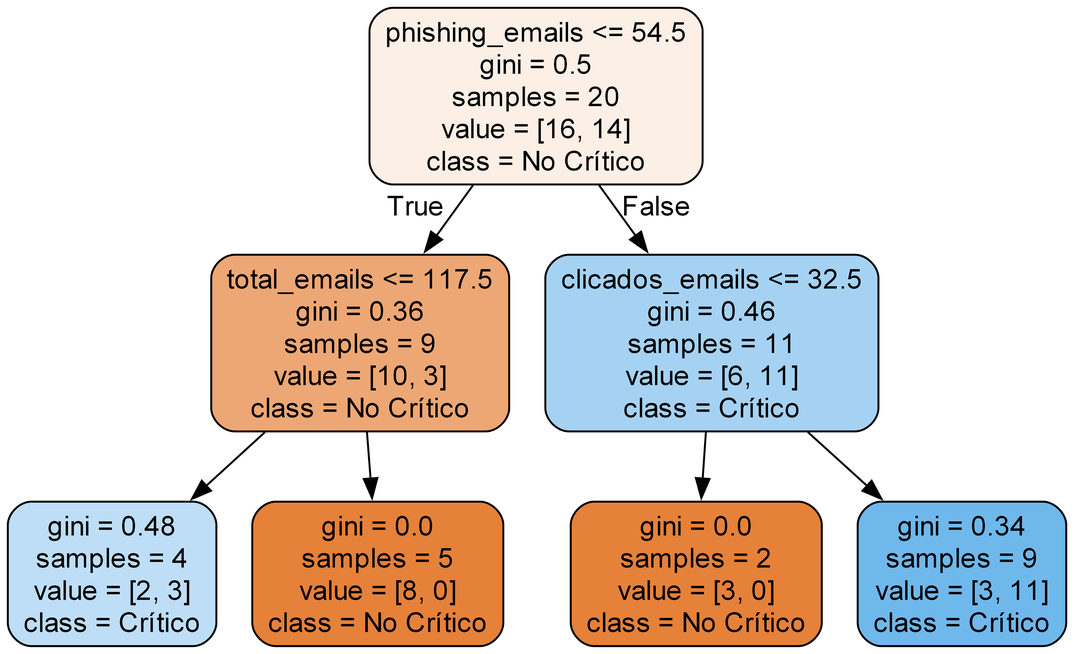
adrianAntonP/practica2-SI keeps this Graphviz diagram as tree_0.png. Above is the earlier version. Its source is kept beside it as tree_0.dot.
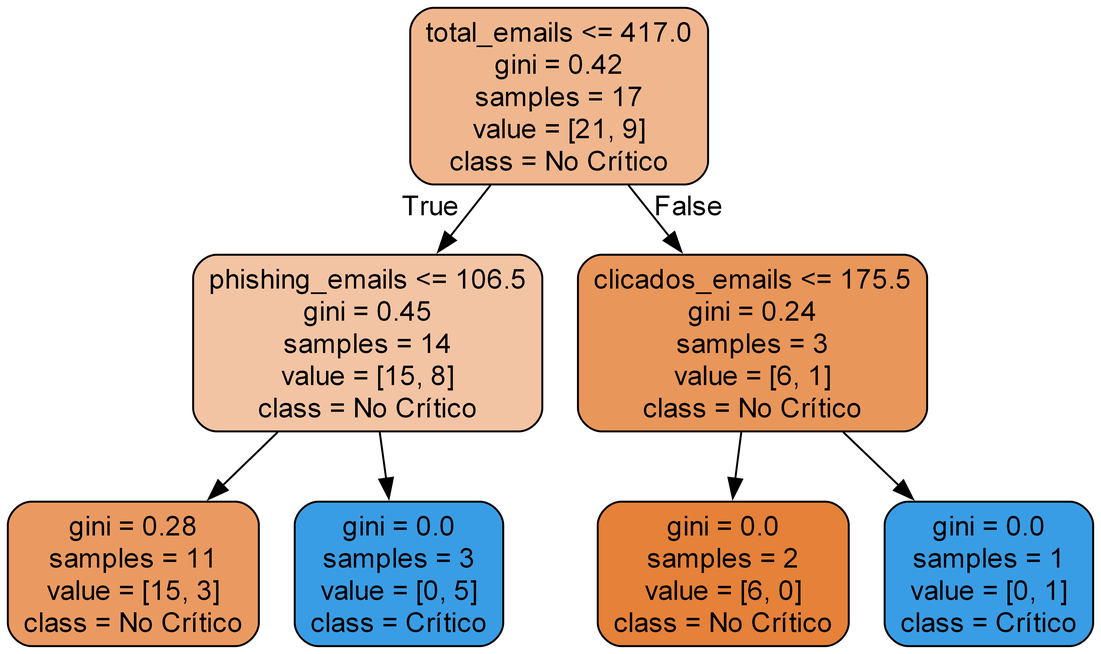
The same diagram one commit later.

Diff of the diagram source:
```diff
@@ -1,17 +1,17 @@
 digraph Tree {
 node [shape=box, style="filled, rounded", color="black", fontname="helvetica"] ;
 edge [fontname="helvetica"] ;
-0 [label="phishing_emails <= 54.5\ngini = 0.5\nsamples = 20\nvalue = [16, 14]\nclass = No Crítico", fillcolor="#fcefe6"] ;
-1 [label="total_emails <= 117.5\ngini = 0.36\nsamples = 9\nvalue = [10, 3]\nclass = No Crítico", fillcolor="#eda774"] ;
+0 [label="total_emails <= 417.0\ngini = 0.42\nsamples = 17\nvalue = [21, 9]\nclass = No Crítico", fillcolor="#f0b78e"] ;
+1 [label="phishing_emails <= 106.5\ngini = 0.45\nsamples = 14\nvalue = [15, 8]\nclass = No Crítico", fillcolor="#f3c4a3"] ;
 0 -> 1 [labeldistance=2.5, labelangle=45, headlabel="True"] ;
-2 [label="gini = 0.48\nsamples = 4\nvalue = [2, 3]\nclass = Crítico", fillcolor="#bddef6"] ;
+2 [label="gini = 0.28\nsamples = 11\nvalue = [15, 3]\nclass = No Crítico", fillcolor="#ea9a61"] ;
 1 -> 2 ;
-3 [label="gini = 0.0\nsamples = 5\nvalue = [8, 0]\nclass = No Crítico", fillcolor="#e58139"] ;
+3 [label="gini = 0.0\nsamples = 3\nvalue = [0, 5]\nclass = Crítico", fillcolor="#399de5"] ;
 1 -> 3 ;
-4 [label="clicados_emails <= 32.5\ngini = 0.46\nsamples = 11\nvalue = [6, 11]\nclass = Crítico", fillcolor="#a5d2f3"] ;
+4 [label="clicados_emails <= 175.5\ngini = 0.24\nsamples = 3\nvalue = [6, 1]\nclass = No Crítico", fillcolor="#e9965a"] ;
 0 -> 4 [labeldistance=2.5, labelangle=-45, headlabel="False"] ;
-5 [label="gini = 0.0\nsamples = 2\nvalue = [3, 0]\nclass = No Crítico", fillcolor="#e58139"] ;
+5 [label="gini = 0.0\nsamples = 2\nvalue = [6, 0]\nclass = No Crítico", fillcolor="#e58139"] ;
 4 -> 5 ;
-6 [label="gini = 0.34\nsamples = 9\nvalue = [3, 11]\nclass = Crítico", fillcolor="#6fb8ec"] ;
+6 [label="gini = 0.0\nsamples = 1\nvalue = [0, 1]\nclass = Crítico", fillcolor="#399de5"] ;
 4 -> 6 ;
 }
```
